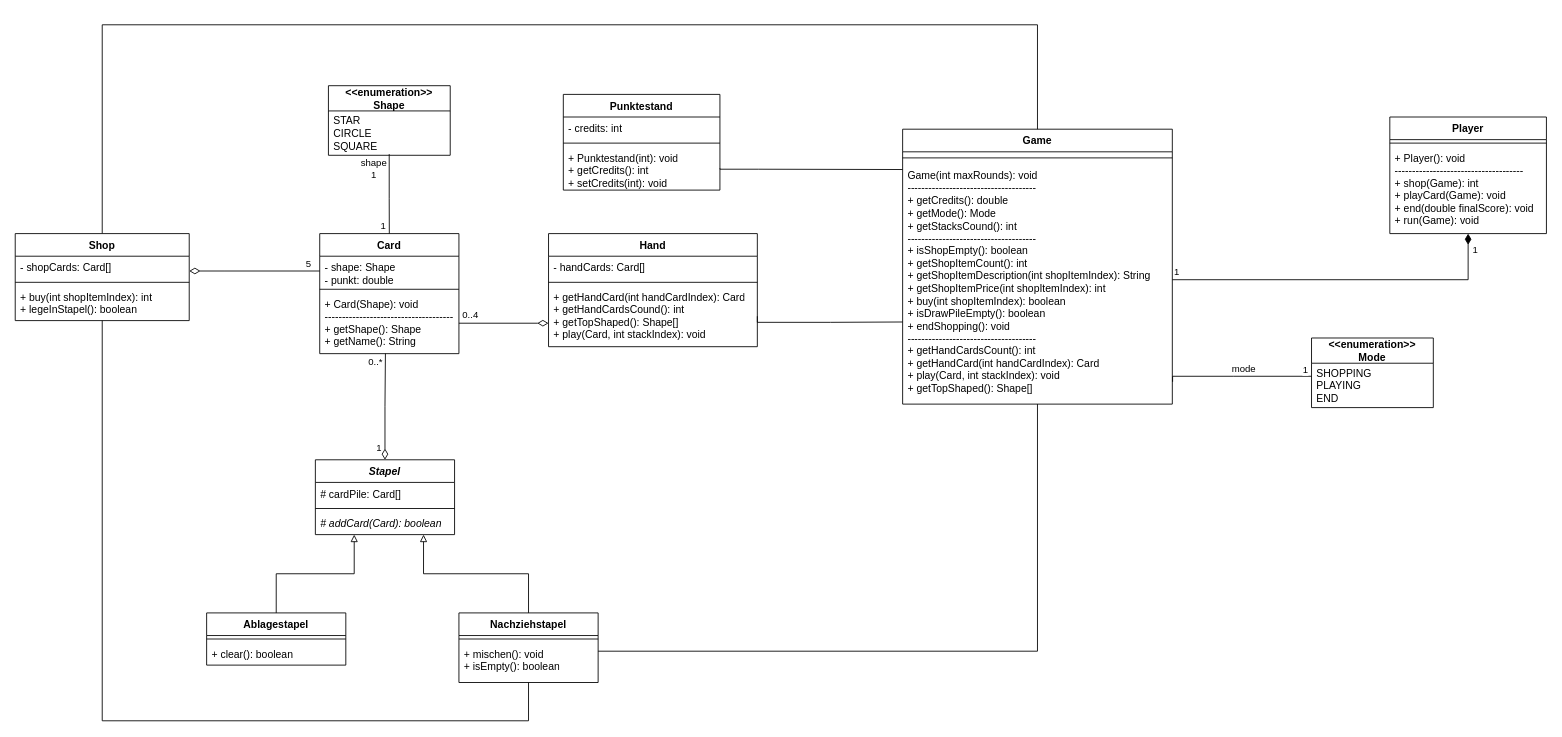
TrainFan1804/CardGame keeps this draw.io diagram as UML/KrassesProgrammierenProjekt.drawio. Above is the earlier version. Source tidied: cells renumbered, new cells numbered last; positions are measured from the earlier drawing's top-left corner, leaving out a move shared by most shapes. Both pictures are drawn from the tidied source at 87%, with x=0, y=0 at pixel (15, 24).
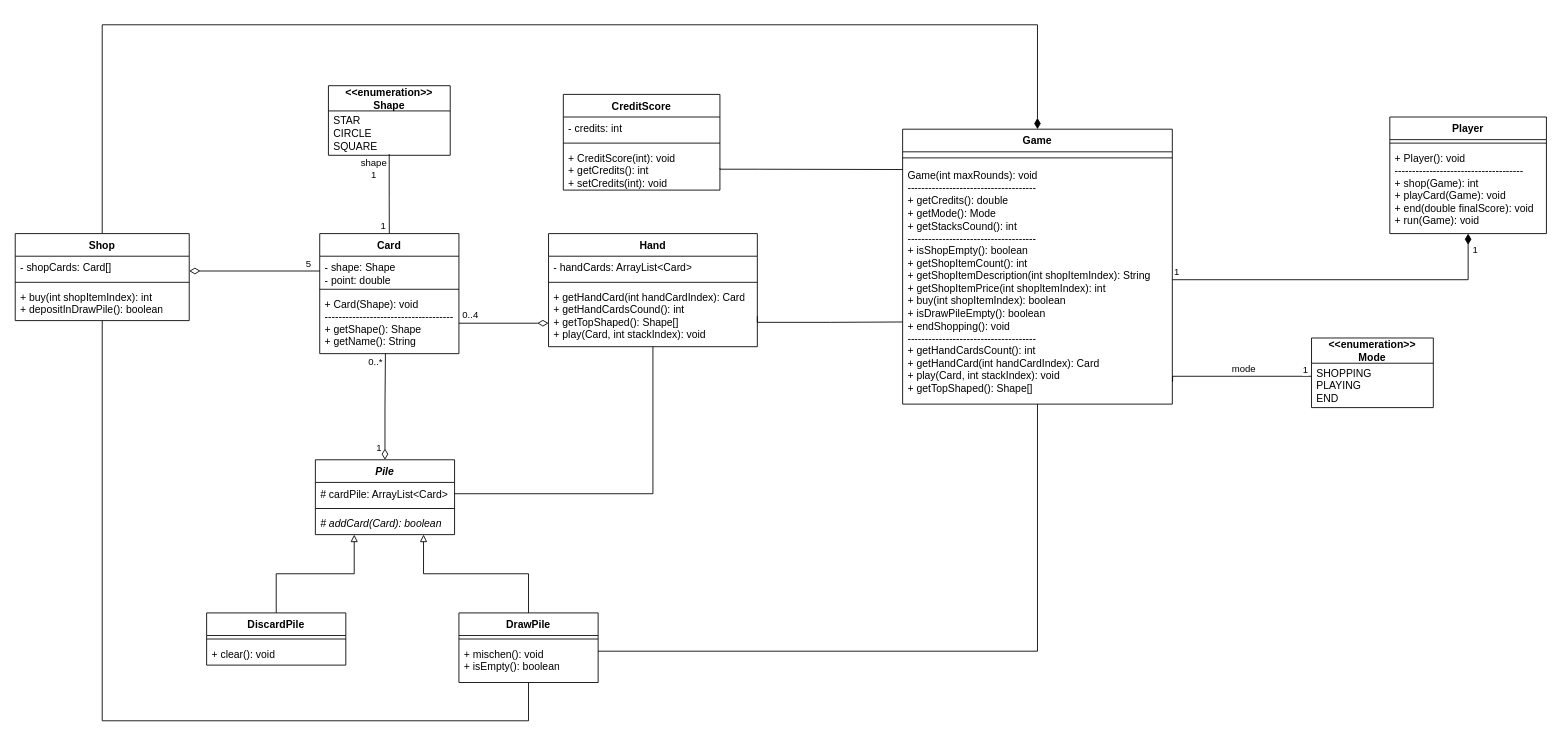
After the change.

Unchanged cells that the change refers to:
```xml
<mxCell id="3" value="Game" style="swimlane;fontStyle=1;align=center;verticalAlign=top;horizontal=1;startSize=26;whiteSpace=wrap;html=1;labelBackgroundColor=none;" parent="1" vertex="1">
  <mxGeometry x="1020" y="120" width="310" height="316" as="geometry" />
</mxCell>
<mxCell id="9" value="Card" style="swimlane;fontStyle=1;align=center;verticalAlign=top;horizontal=1;startSize=26;whiteSpace=wrap;html=1;labelBackgroundColor=none;" parent="1" vertex="1">
  <mxGeometry x="350" y="240" width="160" height="138" as="geometry" />
</mxCell>
<mxCell id="22" value="Shop&lt;div&gt;&lt;br&gt;&lt;/div&gt;" style="swimlane;fontStyle=1;align=center;verticalAlign=top;horizontal=1;startSize=26;whiteSpace=wrap;html=1;labelBackgroundColor=none;" parent="1" vertex="1">
  <mxGeometry y="240" width="200" height="100" as="geometry" />
</mxCell>
<mxCell id="26" value="Hand" style="swimlane;fontStyle=1;align=center;verticalAlign=top;horizontal=1;startSize=26;whiteSpace=wrap;html=1;labelBackgroundColor=none;" parent="1" vertex="1">
  <mxGeometry x="613" y="240" width="240" height="130" as="geometry" />
</mxCell>
```

What changed in the source:
```diff
@@
-    <mxCell id="10" value="- shape: Shape&lt;div&gt;- punkt: double&lt;/div&gt;" style="text;strokeColor=none;fillColor=none;align=left;verticalAlign=top;spacingLeft=4;spacingRight=4;overflow=hidden;points=[[0,0.5],[1,0.5]];portConstraint=eastwest;whiteSpace=wrap;html=1;labelBackgroundColor=none;" parent="9" vertex="1">
+    <mxCell id="10" value="- shape: Shape&lt;div&gt;- point: double&lt;/div&gt;" style="text;strokeColor=none;fillColor=none;align=left;verticalAlign=top;spacingLeft=4;spacingRight=4;overflow=hidden;points=[[0,0.5],[1,0.5]];portConstraint=eastwest;whiteSpace=wrap;html=1;labelBackgroundColor=none;" parent="9" vertex="1">
       <mxGeometry y="26" width="160" height="34" as="geometry" />
     </mxCell>
@@
-    <mxCell id="21" style="edgeStyle=orthogonalEdgeStyle;rounded=0;jettySize=auto;html=1;exitX=0.5;exitY=0;exitDx=0;exitDy=0;entryX=0.5;entryY=0;entryDx=0;entryDy=0;endArrow=none;endFill=0;" parent="1" edge="1" source="22" target="3">
+    <mxCell id="21" style="edgeStyle=orthogonalEdgeStyle;rounded=0;jettySize=auto;html=1;exitX=0.5;exitY=0;exitDx=0;exitDy=0;entryX=0.5;entryY=0;entryDx=0;entryDy=0;endArrow=diamondThin;endFill=1;startArrow=none;startFill=0;endSize=10;" parent="1" edge="1" source="22" target="3">
       <mxGeometry relative="1" as="geometry">
         <Array as="points">
           <mxPoint x="100" />
           <mxPoint x="1175" />
         </Array>
       </mxGeometry>
     </mxCell>
@@
-    <mxCell id="25" value="+ buy(int shopItemIndex): int&lt;div&gt;+ legeInStapel(): boolean&lt;/div&gt;" style="text;strokeColor=none;fillColor=none;align=left;verticalAlign=top;spacingLeft=4;spacingRight=4;overflow=hidden;whiteSpace=wrap;html=1;labelBackgroundColor=none;" parent="22" vertex="1">
+    <mxCell id="25" value="+ buy(int shopItemIndex): int&lt;div&gt;+ depositInDrawPile(): boolean&lt;/div&gt;" style="text;strokeColor=none;fillColor=none;align=left;verticalAlign=top;spacingLeft=4;spacingRight=4;overflow=hidden;whiteSpace=wrap;html=1;labelBackgroundColor=none;" parent="22" vertex="1">
       <mxGeometry y="60" width="200" height="40" as="geometry" />
     </mxCell>
+    <mxCell id="61" style="edgeStyle=orthogonalEdgeStyle;rounded=0;jettySize=auto;html=1;endArrow=none;endFill=0;" parent="1" edge="1" source="26" target="39">
+      <mxGeometry relative="1" as="geometry" />
+    </mxCell>
@@
-    <mxCell id="27" value="- handCards: Card[]" style="text;strokeColor=none;fillColor=none;align=left;verticalAlign=top;spacingLeft=4;spacingRight=4;overflow=hidden;whiteSpace=wrap;html=1;labelBackgroundColor=none;" parent="26" vertex="1">
+    <mxCell id="27" value="- handCards: ArrayList&amp;lt;Card&amp;gt;" style="text;strokeColor=none;fillColor=none;align=left;verticalAlign=top;spacingLeft=4;spacingRight=4;overflow=hidden;whiteSpace=wrap;html=1;labelBackgroundColor=none;" parent="26" vertex="1">
       <mxGeometry y="26" width="240" height="26" as="geometry" />
     </mxCell>
@@
-    <mxCell id="30" value="Nachziehstapel" style="swimlane;fontStyle=1;align=center;verticalAlign=top;horizontal=1;startSize=26;whiteSpace=wrap;html=1;labelBackgroundColor=none;" parent="1" vertex="1">
+    <mxCell id="30" value="DrawPile" style="swimlane;fontStyle=1;align=center;verticalAlign=top;horizontal=1;startSize=26;whiteSpace=wrap;html=1;labelBackgroundColor=none;" parent="1" vertex="1">
       <mxGeometry x="510" y="676" width="160" height="80" as="geometry" />
     </mxCell>
@@
-    <mxCell id="33" value="Ablagestapel" style="swimlane;fontStyle=1;align=center;verticalAlign=top;horizontal=1;startSize=26;whiteSpace=wrap;html=1;labelBackgroundColor=none;" parent="1" vertex="1">
+    <mxCell id="33" value="DiscardPile" style="swimlane;fontStyle=1;align=center;verticalAlign=top;horizontal=1;startSize=26;whiteSpace=wrap;html=1;labelBackgroundColor=none;" parent="1" vertex="1">
       <mxGeometry x="220" y="676" width="160" height="60" as="geometry" />
     </mxCell>
@@
-    <mxCell id="35" value="&lt;div&gt;+ clear(): boolean&lt;/div&gt;" style="text;strokeColor=none;fillColor=none;align=left;verticalAlign=top;spacingLeft=4;spacingRight=4;overflow=hidden;whiteSpace=wrap;html=1;labelBackgroundColor=none;" parent="33" vertex="1">
+    <mxCell id="35" value="&lt;div&gt;+ clear(): void&lt;/div&gt;" style="text;strokeColor=none;fillColor=none;align=left;verticalAlign=top;spacingLeft=4;spacingRight=4;overflow=hidden;whiteSpace=wrap;html=1;labelBackgroundColor=none;" parent="33" vertex="1">
       <mxGeometry y="34" width="160" height="26" as="geometry" />
     </mxCell>
@@
-    <mxCell id="38" value="&lt;i&gt;Stapel&lt;/i&gt;" style="swimlane;fontStyle=1;align=center;verticalAlign=top;horizontal=1;startSize=26;whiteSpace=wrap;html=1;labelBackgroundColor=none;" parent="1" vertex="1">
+    <mxCell id="38" value="&lt;i&gt;Pile&lt;/i&gt;" style="swimlane;fontStyle=1;align=center;verticalAlign=top;horizontal=1;startSize=26;whiteSpace=wrap;html=1;labelBackgroundColor=none;" parent="1" vertex="1">
       <mxGeometry x="345" y="500" width="160" height="86" as="geometry" />
     </mxCell>
-    <mxCell id="39" value="# cardPile: Card[]" style="text;strokeColor=none;fillColor=none;align=left;verticalAlign=top;spacingLeft=4;spacingRight=4;overflow=hidden;points=[[0,0.5],[1,0.5]];portConstraint=eastwest;whiteSpace=wrap;html=1;labelBackgroundColor=none;" parent="38" vertex="1">
+    <mxCell id="39" value="# cardPile: ArrayList&amp;lt;Card&amp;gt;" style="text;strokeColor=none;fillColor=none;align=left;verticalAlign=top;spacingLeft=4;spacingRight=4;overflow=hidden;points=[[0,0.5],[1,0.5]];portConstraint=eastwest;whiteSpace=wrap;html=1;labelBackgroundColor=none;" parent="38" vertex="1">
       <mxGeometry y="26" width="160" height="26" as="geometry" />
     </mxCell>
@@
-    <mxCell id="49" value="Punktestand" style="swimlane;fontStyle=1;align=center;verticalAlign=top;horizontal=1;startSize=26;whiteSpace=wrap;html=1;labelBackgroundColor=none;" parent="1" vertex="1">
+    <mxCell id="49" value="CreditScore" style="swimlane;fontStyle=1;align=center;verticalAlign=top;horizontal=1;startSize=26;whiteSpace=wrap;html=1;labelBackgroundColor=none;" parent="1" vertex="1">
       <mxGeometry x="630" y="80" width="180" height="110" as="geometry" />
     </mxCell>
@@
-    <mxCell id="52" value="&lt;div&gt;+ Punktestand(int): void&lt;/div&gt;+ getCredits(): int&lt;div&gt;+ setCredits(int): void&lt;/div&gt;" style="text;strokeColor=none;fillColor=none;align=left;verticalAlign=top;spacingLeft=4;spacingRight=4;overflow=hidden;points=[[0,0.5],[1,0.5]];portConstraint=eastwest;whiteSpace=wrap;html=1;labelBackgroundColor=none;" parent="49" vertex="1">
+    <mxCell id="52" value="&lt;div&gt;+ CreditScore(int): void&lt;/div&gt;+ getCredits(): int&lt;div&gt;+ setCredits(int): void&lt;/div&gt;" style="text;strokeColor=none;fillColor=none;align=left;verticalAlign=top;spacingLeft=4;spacingRight=4;overflow=hidden;points=[[0,0.5],[1,0.5]];portConstraint=eastwest;whiteSpace=wrap;html=1;labelBackgroundColor=none;" parent="49" vertex="1">
       <mxGeometry y="60" width="180" height="50" as="geometry" />
     </mxCell>
```
